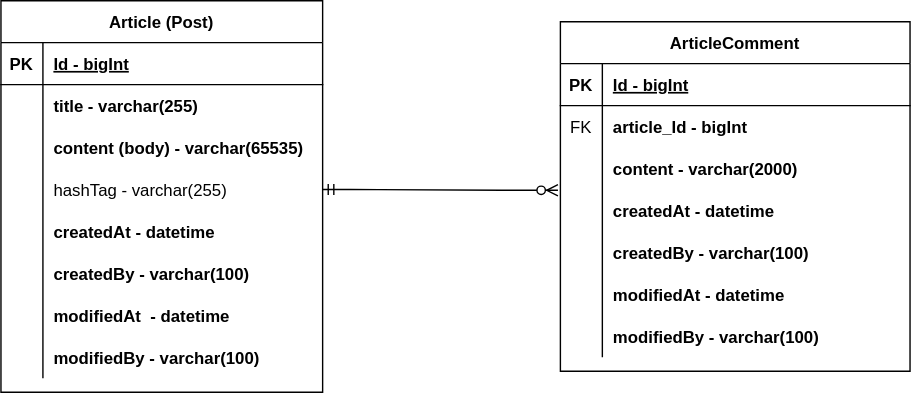
Before: folder/projects/Course Project/Bulletin board service/document/project-board-erd.svg, a diagram exported from draw.io (myprinciples40/MyPortfolio). Source tidied: cells renumbered, new cells last; positions are measured from the earlier drawing's top-left corner, leaving out a move shared by most shapes.
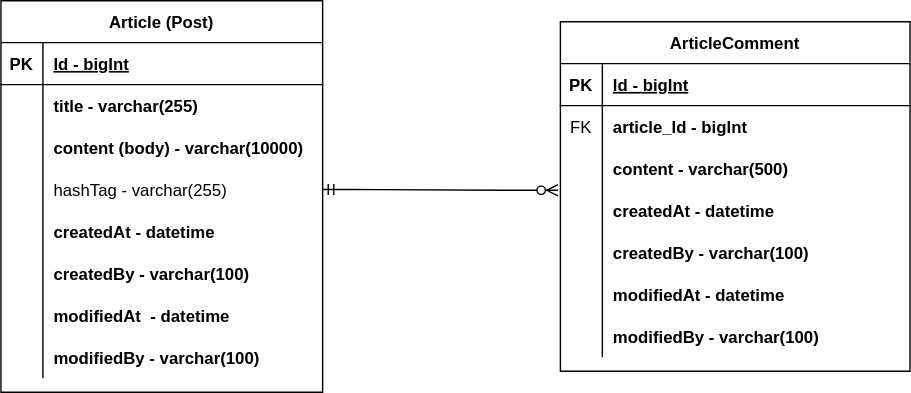
The same file after the commit.

Commit message:
#10 - update erd: change the content size

The edit, as a diff of the source:
```diff
@@ -32,7 +32,7 @@
     <mxCell id="11" style="shape=partialRectangle;overflow=hidden;fillColor=none;top=0;left=0;bottom=0;right=0;" parent="10" vertex="1">
       <mxGeometry width="30" height="30" as="geometry" />
     </mxCell>
-    <mxCell id="12" value="content - varchar(2000)" style="shape=partialRectangle;overflow=hidden;fillColor=none;top=0;left=0;bottom=0;right=0;align=left;spacingLeft=6;fontStyle=1;" parent="10" vertex="1">
+    <mxCell id="12" value="content - varchar(500)" style="shape=partialRectangle;overflow=hidden;fillColor=none;top=0;left=0;bottom=0;right=0;align=left;spacingLeft=6;fontStyle=1;" parent="10" vertex="1">
       <mxGeometry x="30" width="220" height="30" as="geometry" />
     </mxCell>
     <mxCell id="13" style="shape=partialRectangle;fillColor=none;top=0;left=0;right=0;bottom=0;fontStyle=1;" parent="3" vertex="1">
@@ -98,7 +98,7 @@
     <mxCell id="33" style="shape=partialRectangle;overflow=hidden;fillColor=none;top=0;left=0;bottom=0;right=0;" parent="32" vertex="1">
       <mxGeometry width="30" height="30" as="geometry" />
     </mxCell>
-    <mxCell id="34" value="content (body) - varchar(65535)" style="shape=partialRectangle;overflow=hidden;fillColor=none;top=0;left=0;bottom=0;right=0;align=left;spacingLeft=6;fontStyle=1;" parent="32" vertex="1">
+    <mxCell id="34" value="content (body) - varchar(10000)" style="shape=partialRectangle;overflow=hidden;fillColor=none;top=0;left=0;bottom=0;right=0;align=left;spacingLeft=6;fontStyle=1;" parent="32" vertex="1">
       <mxGeometry x="30" width="200" height="30" as="geometry" />
     </mxCell>
     <mxCell id="35" style="shape=partialRectangle;fillColor=none;points=[[0,0.5],[1,0.5]];portConstraint=eastwest;top=0;left=0;right=0;bottom=0;fontStyle=1;" parent="25" vertex="1">
```
